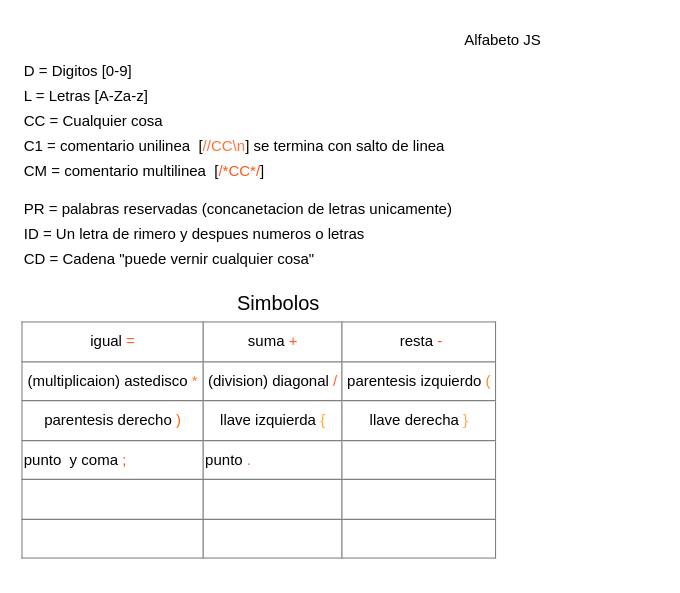
Earlier version of the draw.io diagram arboljs.drawio (pedromf80/OLC1_Proyecto1_201700656). Source tidied: cells renumbered, new cells numbered last; positions are measured from the earlier drawing's top-left corner, leaving out a move shared by most shapes. Both pictures are drawn from the tidied source at 125%, with x=0, y=0 at pixel (21, 21).
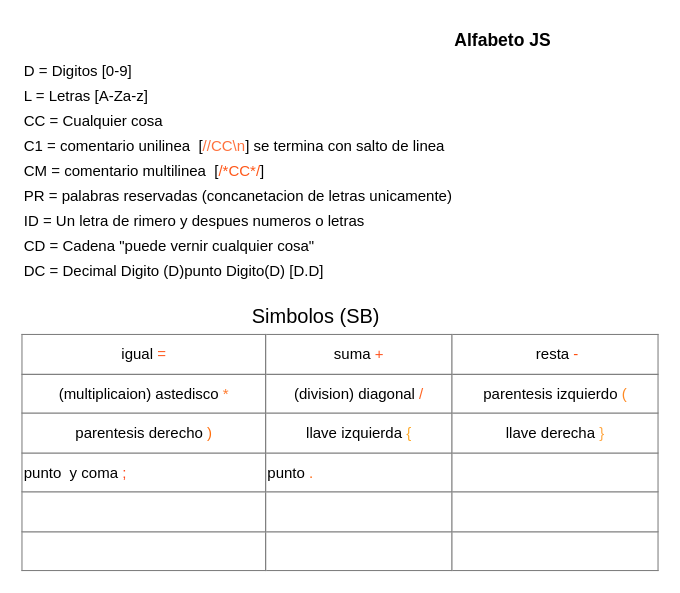
The same page after the edit.

Diff of the diagram source:
```diff
@@
 <mxGraphModel>
   <root>
     <mxCell id="0" />
     <mxCell id="1" parent="0" />
-    <mxCell id="2" value="Alfabeto JS" style="text;html=1;strokeColor=none;fillColor=none;align=center;verticalAlign=middle;whiteSpace=wrap;rounded=0;" parent="1" vertex="1">
+    <mxCell id="2" value="&lt;b&gt;&lt;font style=&quot;font-size: 14px&quot;&gt;Alfabeto JS&lt;/font&gt;&lt;/b&gt;" style="text;html=1;strokeColor=none;fillColor=none;align=center;verticalAlign=middle;whiteSpace=wrap;rounded=0;" parent="1" vertex="1">
       <mxGeometry x="330" width="110" height="30" as="geometry" />
     </mxCell>
     <mxCell id="3" value="C1 = comentario unilinea&amp;nbsp; [&lt;font color=&quot;#ff713d&quot;&gt;//CC\n&lt;/font&gt;] se termina con salto de linea" style="text;html=1;strokeColor=none;fillColor=none;align=left;verticalAlign=middle;whiteSpace=wrap;rounded=0;" parent="1" vertex="1">
       <mxGeometry y="90" width="470" height="20" as="geometry" />
     </mxCell>
     <mxCell id="4" value="CM = comentario multilinea&amp;nbsp; [&lt;font color=&quot;#ff5719&quot;&gt;/*CC*/&lt;/font&gt;]&amp;nbsp;" style="text;html=1;strokeColor=none;fillColor=none;align=left;verticalAlign=middle;whiteSpace=wrap;rounded=0;" parent="1" vertex="1">
       <mxGeometry y="110" width="470" height="20" as="geometry" />
     </mxCell>
     <mxCell id="5" value="PR = palabras reservadas (concanetacion de letras unicamente)" style="text;html=1;align=left;verticalAlign=middle;" parent="1" vertex="1">
-      <mxGeometry y="140" width="360" height="20" as="geometry" />
+      <mxGeometry y="130" width="360" height="20" as="geometry" />
     </mxCell>
     <mxCell id="6" value="ID = Un letra de rimero y despues numeros o letras" style="text;html=1;align=left;verticalAlign=middle;" parent="1" vertex="1">
-      <mxGeometry y="160" width="290" height="20" as="geometry" />
+      <mxGeometry y="150" width="290" height="20" as="geometry" />
     </mxCell>
     <mxCell id="7" value="&lt;table border=&quot;1&quot; width=&quot;100%&quot; style=&quot;width: 100% ; height: 100% ; border-collapse: collapse&quot;&gt;&lt;tbody&gt;&lt;tr&gt;&lt;td align=&quot;center&quot;&gt;igual &lt;font color=&quot;#ff5a1f&quot;&gt;=&lt;/font&gt;&lt;br&gt;&lt;/td&gt;&lt;td align=&quot;center&quot;&gt;suma &lt;font color=&quot;#ff5521&quot;&gt;+&lt;/font&gt;&lt;/td&gt;&lt;td align=&quot;center&quot;&gt;&amp;nbsp;resta &lt;font color=&quot;#ff5112&quot;&gt;-&lt;/font&gt;&lt;/td&gt;&lt;/tr&gt;&lt;tr&gt;&lt;td align=&quot;center&quot;&gt;(multiplicaion) astedisco&amp;nbsp;&lt;font color=&quot;#ff7c30&quot;&gt;*&lt;/font&gt;&lt;/td&gt;&lt;td align=&quot;center&quot;&gt;(division) diagonal&amp;nbsp;&lt;font color=&quot;#ff6524&quot;&gt;/&lt;/font&gt;&lt;/td&gt;&lt;td align=&quot;center&quot;&gt;parentesis izquierdo&lt;font color=&quot;#ff8921&quot;&gt; (&lt;/font&gt;&lt;/td&gt;&lt;/tr&gt;&lt;tr&gt;&lt;td align=&quot;center&quot;&gt;parentesis derecho &lt;font color=&quot;#ff6e0d&quot;&gt;)&lt;/font&gt;&lt;/td&gt;&lt;td align=&quot;center&quot;&gt;llave izquierda &lt;font color=&quot;#ffaa2b&quot;&gt;{&lt;/font&gt;&lt;/td&gt;&lt;td align=&quot;center&quot;&gt;llave derecha &lt;font color=&quot;#ffa742&quot;&gt;}&lt;/font&gt;&lt;/td&gt;&lt;/tr&gt;&lt;tr&gt;&lt;td&gt;punto&amp;nbsp; y coma &lt;font color=&quot;#ff491c&quot;&gt;;&lt;/font&gt;&lt;/td&gt;&lt;td&gt;punto &lt;font color=&quot;#ff6a14&quot;&gt;.&lt;/font&gt;&lt;/td&gt;&lt;td&gt;&lt;br&gt;&lt;/td&gt;&lt;/tr&gt;&lt;tr&gt;&lt;td&gt;&lt;br&gt;&lt;/td&gt;&lt;td&gt;&lt;br&gt;&lt;/td&gt;&lt;td&gt;&lt;br&gt;&lt;/td&gt;&lt;/tr&gt;&lt;tr&gt;&lt;td&gt;&lt;br&gt;&lt;/td&gt;&lt;td&gt;&lt;br&gt;&lt;/td&gt;&lt;td&gt;&lt;br&gt;&lt;/td&gt;&lt;/tr&gt;&lt;/tbody&gt;&lt;/table&gt;" style="text;html=1;strokeColor=none;fillColor=none;overflow=fill;" parent="1" vertex="1">
-      <mxGeometry y="240" width="380" height="190" as="geometry" />
+      <mxGeometry y="250" width="510" height="190" as="geometry" />
     </mxCell>
-    <mxCell id="8" value="Simbolos" style="text;strokeColor=none;fillColor=none;html=1;fontSize=16;fontStyle=0;verticalAlign=middle;align=center;" parent="1" vertex="1">
-      <mxGeometry x="160" y="210" width="90" height="30" as="geometry" />
+    <mxCell id="8" value="Simbolos (SB)" style="text;strokeColor=none;fillColor=none;html=1;fontSize=16;fontStyle=0;verticalAlign=middle;align=center;" parent="1" vertex="1">
+      <mxGeometry x="160" y="220" width="150" height="30" as="geometry" />
     </mxCell>
     <mxCell id="9" value="CD = Cadena &quot;puede vernir cualquier cosa&quot;" style="text;html=1;align=left;verticalAlign=middle;" parent="1" vertex="1">
-      <mxGeometry y="180" width="250" height="20" as="geometry" />
+      <mxGeometry y="170" width="250" height="20" as="geometry" />
     </mxCell>
     <mxCell id="10" value="D = Digitos [0-9]" style="text;html=1;align=left;verticalAlign=middle;" parent="1" vertex="1">
       <mxGeometry y="30" width="100" height="20" as="geometry" />
     </mxCell>
     <mxCell id="11" value="L = Letras [A-Za-z]" style="text;html=1;align=left;verticalAlign=middle;" parent="1" vertex="1">
       <mxGeometry y="50" width="120" height="20" as="geometry" />
     </mxCell>
     <mxCell id="12" value="CC = Cualquier cosa" style="text;html=1;align=left;verticalAlign=middle;" parent="1" vertex="1">
       <mxGeometry y="70" width="130" height="20" as="geometry" />
     </mxCell>
+    <mxCell id="13" value="DC = Decimal Digito (D)punto Digito(D) [D.D] " style="text;html=1;align=left;verticalAlign=middle;" parent="1" vertex="1">
+      <mxGeometry y="190" width="300" height="20" as="geometry" />
+    </mxCell>
   </root>
 </mxGraphModel>
```
